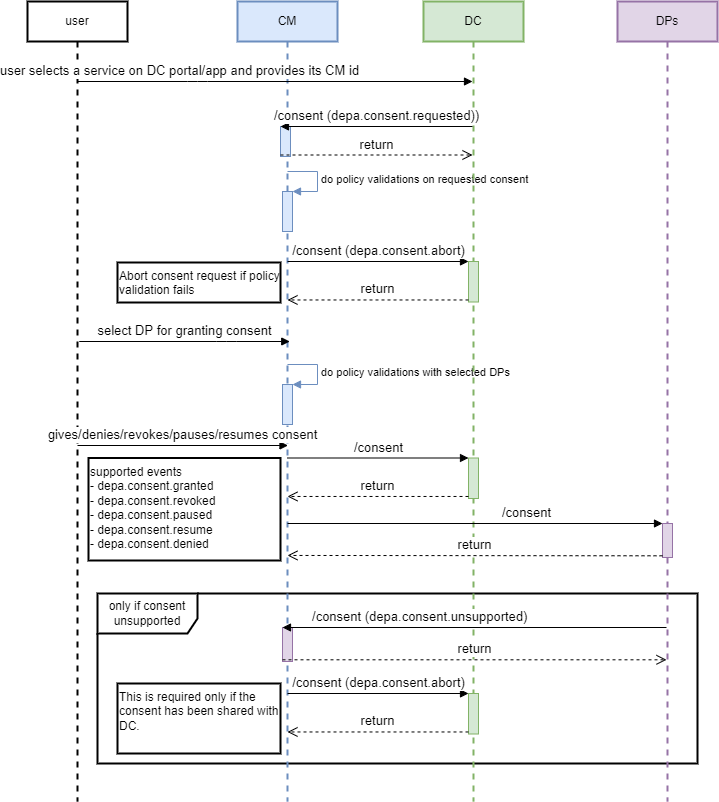
Earlier version of the draw.io export seqDiagram/consentFlow.png (iSPIRT/DEPA). Source tidied: cells renumbered, new cells last; positions are measured from the earlier drawing's top-left corner, leaving out a move shared by most shapes.
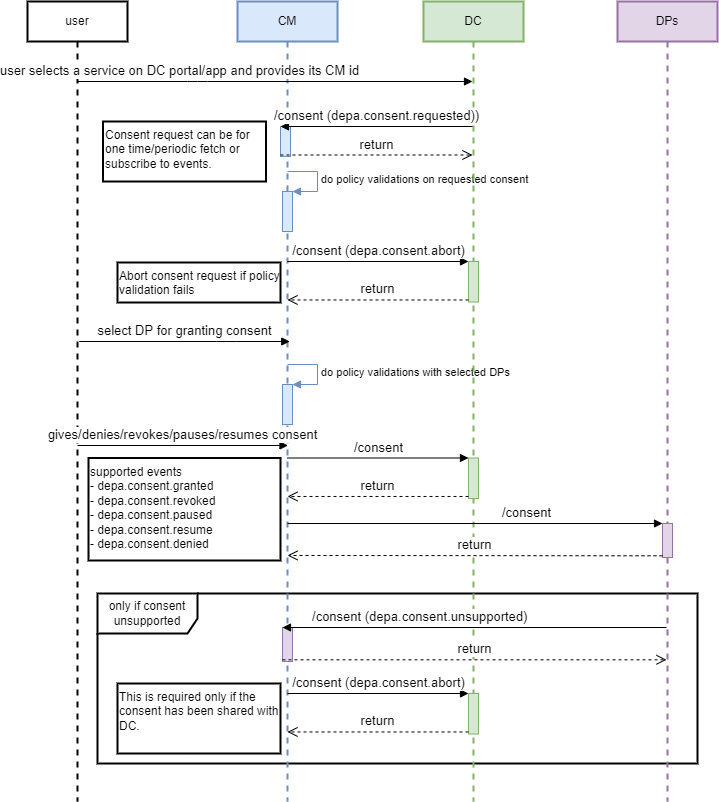
After the change.

Commit message:
modularized consent specs

The edit, as a diff of the source:
```diff
@@ -153,5 +153,8 @@
         </Array>
       </mxGeometry>
     </mxCell>
+    <mxCell id="35" value="Consent request can be for one time/periodic fetch or subscribe to events." style="text;html=1;fillColor=none;align=left;verticalAlign=top;whiteSpace=wrap;rounded=0;strokeWidth=2;strokeColor=#000000;fontSize=12;" parent="1" vertex="1">
+      <mxGeometry x="75.5" y="120" width="163" height="60" as="geometry" />
+    </mxCell>
   </root>
 </mxGraphModel>
```
